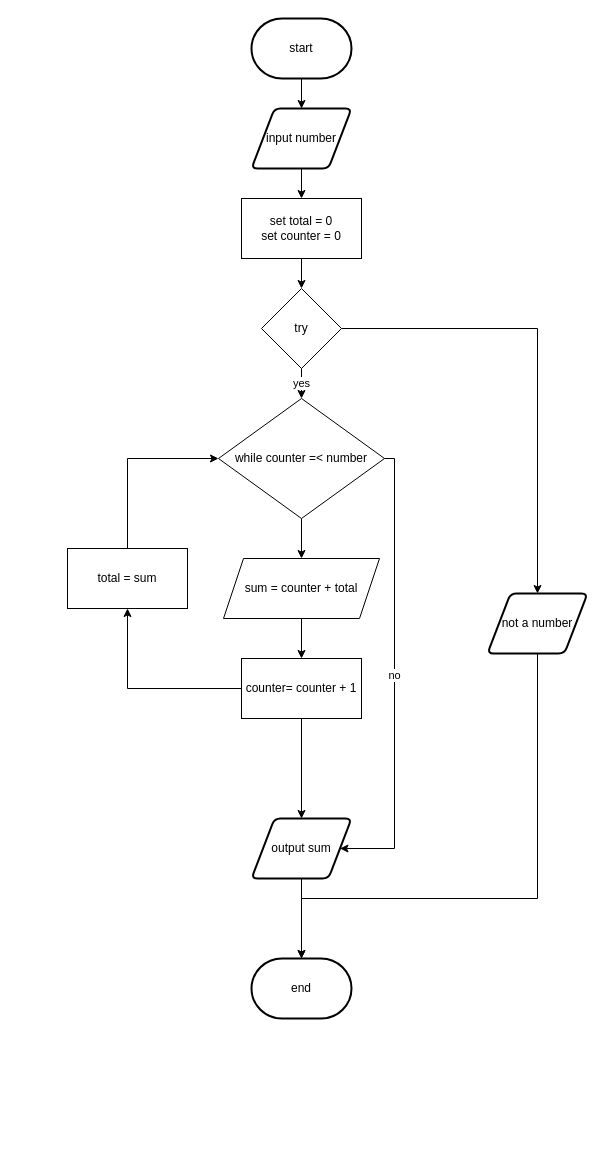
Earlier version of the draw.io diagram flow.drawio (devin-jhu/ICS3U-4-05-Python). Source tidied: cells renumbered, new cells numbered last; positions are measured from the earlier drawing's top-left corner, leaving out a move shared by most shapes. Both pictures are drawn from the tidied source at 100%, with x=0, y=0 at pixel (67, 18).
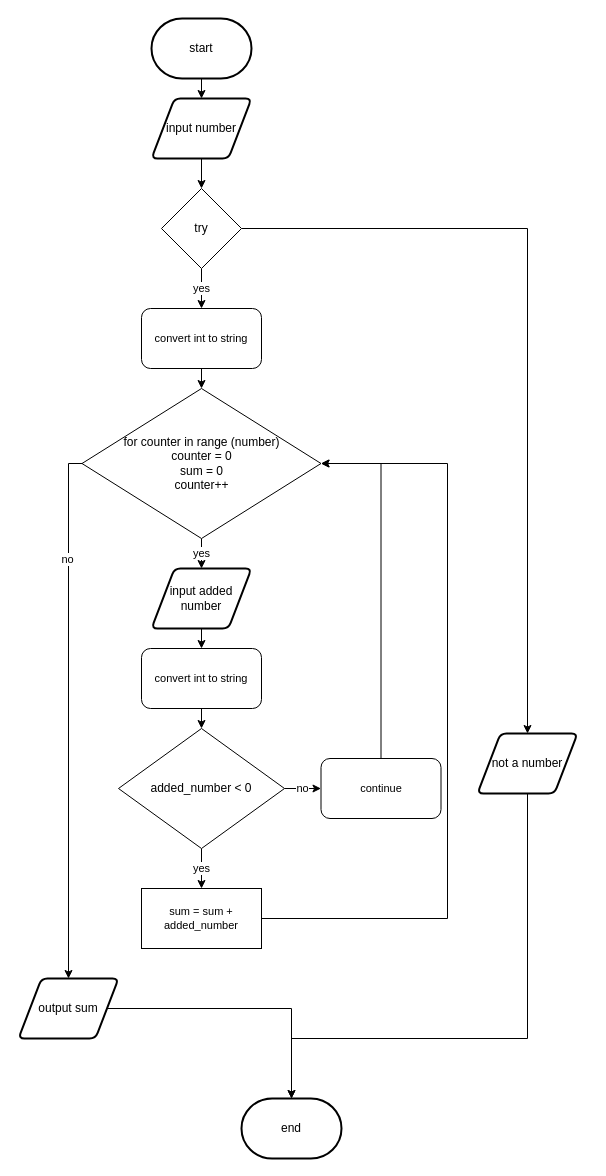
Above is the later version.

Change to the diagram source:
```diff
@@
     <mxCell id="3" value="start" style="strokeWidth=2;html=1;shape=mxgraph.flowchart.terminator;whiteSpace=wrap;" parent="1" vertex="1">
-      <mxGeometry x="184" width="100" height="60" as="geometry" />
+      <mxGeometry x="84" width="100" height="60" as="geometry" />
     </mxCell>
-    <mxCell id="4" style="edgeStyle=none;html=1;exitX=0.5;exitY=1;exitDx=0;exitDy=0;" parent="1" edge="1" source="5" target="18">
-      <mxGeometry relative="1" as="geometry" />
-    </mxCell>
+    <mxCell id="27" style="edgeStyle=orthogonalEdgeStyle;shape=connector;rounded=0;html=1;exitX=0.5;exitY=1;exitDx=0;exitDy=0;entryX=0.5;entryY=0;entryDx=0;entryDy=0;labelBackgroundColor=default;fontFamily=Helvetica;fontSize=11;fontColor=default;endArrow=classic;strokeColor=default;" parent="1" edge="1" source="5" target="11">
+      <mxGeometry relative="1" as="geometry" />
+    </mxCell>
     <mxCell id="5" value="input number" style="shape=parallelogram;html=1;strokeWidth=2;perimeter=parallelogramPerimeter;whiteSpace=wrap;rounded=1;arcSize=12;size=0.23;" parent="1" vertex="1">
-      <mxGeometry x="184" y="90" width="100" height="60" as="geometry" />
+      <mxGeometry x="84" y="80" width="100" height="60" as="geometry" />
     </mxCell>
-    <mxCell id="6" style="edgeStyle=none;html=1;exitX=0.5;exitY=1;exitDx=0;exitDy=0;entryX=0.5;entryY=0;entryDx=0;entryDy=0;entryPerimeter=0;" parent="1" edge="1" source="7" target="8">
+    <mxCell id="6" style="edgeStyle=orthogonalEdgeStyle;shape=connector;rounded=0;html=1;exitX=1;exitY=0.5;exitDx=0;exitDy=0;entryX=0.5;entryY=0;entryDx=0;entryDy=0;entryPerimeter=0;labelBackgroundColor=default;fontFamily=Helvetica;fontSize=11;fontColor=default;endArrow=classic;strokeColor=default;" parent="1" edge="1" source="7" target="8">
       <mxGeometry relative="1" as="geometry" />
     </mxCell>
     <mxCell id="7" value="output sum" style="shape=parallelogram;html=1;strokeWidth=2;perimeter=parallelogramPerimeter;whiteSpace=wrap;rounded=1;arcSize=12;size=0.23;" parent="1" vertex="1">
-      <mxGeometry x="184" y="800" width="100" height="60" as="geometry" />
+      <mxGeometry x="-49" y="960" width="100" height="60" as="geometry" />
     </mxCell>
     <mxCell id="8" value="end" style="strokeWidth=2;html=1;shape=mxgraph.flowchart.terminator;whiteSpace=wrap;" parent="1" vertex="1">
-      <mxGeometry x="184" y="940" width="100" height="60" as="geometry" />
+      <mxGeometry x="174" y="1080" width="100" height="60" as="geometry" />
     </mxCell>
-    <mxCell id="9" value="yes" style="edgeStyle=none;html=1;exitX=0.5;exitY=1;exitDx=0;exitDy=0;entryX=0.5;entryY=0;entryDx=0;entryDy=0;" parent="1" edge="1" source="11" target="14">
-      <mxGeometry relative="1" as="geometry" />
-    </mxCell>
@@
+    <mxCell id="28" value="yes" style="edgeStyle=orthogonalEdgeStyle;shape=connector;rounded=0;html=1;exitX=0.5;exitY=1;exitDx=0;exitDy=0;entryX=0.5;entryY=0;entryDx=0;entryDy=0;labelBackgroundColor=default;fontFamily=Helvetica;fontSize=11;fontColor=default;endArrow=classic;strokeColor=default;" parent="1" edge="1" source="11" target="37">
+      <mxGeometry relative="1" as="geometry" />
+    </mxCell>
     <mxCell id="11" value="try" style="rhombus;whiteSpace=wrap;html=1;" parent="1" vertex="1">
-      <mxGeometry x="194" y="270" width="80" height="80" as="geometry" />
+      <mxGeometry x="94" y="170" width="80" height="80" as="geometry" />
     </mxCell>
-    <mxCell id="12" style="edgeStyle=none;html=1;entryX=0.5;entryY=0;entryDx=0;entryDy=0;" parent="1" edge="1" source="14" target="16">
-      <mxGeometry relative="1" as="geometry" />
-    </mxCell>
+    <mxCell id="29" value="yes" style="edgeStyle=orthogonalEdgeStyle;shape=connector;rounded=0;html=1;exitX=0.5;exitY=1;exitDx=0;exitDy=0;entryX=0.5;entryY=0;entryDx=0;entryDy=0;labelBackgroundColor=default;fontFamily=Helvetica;fontSize=11;fontColor=default;endArrow=classic;strokeColor=default;" parent="1" edge="1" source="14" target="35">
+      <mxGeometry relative="1" as="geometry" />
+    </mxCell>
-    <mxCell id="13" value="no" style="edgeStyle=orthogonalEdgeStyle;shape=connector;rounded=0;html=1;exitX=1;exitY=0.5;exitDx=0;exitDy=0;labelBackgroundColor=default;fontFamily=Helvetica;fontSize=11;fontColor=default;endArrow=classic;strokeColor=default;entryX=1;entryY=0.5;entryDx=0;entryDy=0;" parent="1" edge="1" source="14" target="7">
-      <mxGeometry relative="1" as="geometry">
-        <Array as="points">
-          <mxPoint x="327" y="440" />
-          <mxPoint x="327" y="830" />
-        </Array>
-      </mxGeometry>
+    <mxCell id="13" style="edgeStyle=orthogonalEdgeStyle;shape=connector;rounded=0;html=1;exitX=0;exitY=0.5;exitDx=0;exitDy=0;entryX=0.5;entryY=0;entryDx=0;entryDy=0;labelBackgroundColor=default;fontFamily=Helvetica;fontSize=11;fontColor=default;endArrow=classic;strokeColor=default;" parent="1" edge="1" source="14" target="7">
+      <mxGeometry relative="1" as="geometry" />
     </mxCell>
+    <mxCell id="30" value="no" style="edgeLabel;html=1;align=center;verticalAlign=middle;fontSize=11;fontFamily=Helvetica;fontColor=default;" parent="13" vertex="1">
+      <mxGeometry x="-0.59" y="-2" relative="1" as="geometry">
+        <mxPoint y="1" as="offset" />
+      </mxGeometry>
+    </mxCell>
-    <mxCell id="14" value="while counter =&amp;lt; number" style="rhombus;whiteSpace=wrap;html=1;" parent="1" vertex="1">
-      <mxGeometry x="151" y="380" width="166" height="120" as="geometry" />
+    <mxCell id="14" value="for counter in range (number)&lt;br&gt;counter = 0&lt;br&gt;sum = 0&lt;br&gt;counter++" style="rhombus;whiteSpace=wrap;html=1;" parent="1" vertex="1">
+      <mxGeometry x="14.5" y="370" width="239" height="150" as="geometry" />
     </mxCell>
-    <mxCell id="15" style="edgeStyle=none;html=1;exitX=0.5;exitY=1;exitDx=0;exitDy=0;" parent="1" edge="1" source="16" target="22">
-      <mxGeometry relative="1" as="geometry" />
-    </mxCell>
-    <mxCell id="16" value="sum = counter + total" style="shape=parallelogram;perimeter=parallelogramPerimeter;whiteSpace=wrap;html=1;fixedSize=1;" parent="1" vertex="1">
-      <mxGeometry x="156" y="540" width="156" height="60" as="geometry" />
-    </mxCell>
-    <mxCell id="17" style="edgeStyle=none;html=1;exitX=0.5;exitY=1;exitDx=0;exitDy=0;entryX=0.5;entryY=0;entryDx=0;entryDy=0;" parent="1" edge="1" source="18" target="11">
-      <mxGeometry relative="1" as="geometry" />
-    </mxCell>
-    <mxCell id="18" value="set total = 0&lt;br&gt;set counter = 0" style="rounded=0;whiteSpace=wrap;html=1;" parent="1" vertex="1">
-      <mxGeometry x="174" y="180" width="120" height="60" as="geometry" />
-    </mxCell>
-    <mxCell id="19" style="edgeStyle=orthogonalEdgeStyle;html=1;exitX=0;exitY=0.5;exitDx=0;exitDy=0;entryX=0;entryY=0.5;entryDx=0;entryDy=0;strokeColor=none;" parent="1" edge="1" source="22" target="14">
-      <mxGeometry relative="1" as="geometry" />
+    <mxCell id="19" style="edgeStyle=orthogonalEdgeStyle;html=1;exitX=0;exitY=0.5;exitDx=0;exitDy=0;entryX=0;entryY=0.5;entryDx=0;entryDy=0;strokeColor=none;" parent="1" edge="1" target="14">
+      <mxGeometry relative="1" as="geometry">
+        <mxPoint x="164" y="810" as="sourcePoint" />
+      </mxGeometry>
     </mxCell>
-    <mxCell id="20" style="edgeStyle=orthogonalEdgeStyle;html=1;exitX=0;exitY=0.5;exitDx=0;exitDy=0;rounded=0;" parent="1" edge="1" source="22" target="24">
-      <mxGeometry relative="1" as="geometry" />
-    </mxCell>
-    <mxCell id="21" style="edgeStyle=orthogonalEdgeStyle;shape=connector;rounded=0;html=1;exitX=0.5;exitY=1;exitDx=0;exitDy=0;entryX=0.5;entryY=0;entryDx=0;entryDy=0;labelBackgroundColor=default;fontFamily=Helvetica;fontSize=11;fontColor=default;endArrow=classic;strokeColor=default;" parent="1" edge="1" source="22" target="7">
-      <mxGeometry relative="1" as="geometry" />
-    </mxCell>
-    <mxCell id="22" value="counter= counter + 1" style="rounded=0;whiteSpace=wrap;html=1;" parent="1" vertex="1">
-      <mxGeometry x="174" y="640" width="120" height="60" as="geometry" />
-    </mxCell>
-    <mxCell id="23" style="edgeStyle=orthogonalEdgeStyle;html=1;exitX=0.5;exitY=0;exitDx=0;exitDy=0;entryX=0;entryY=0.5;entryDx=0;entryDy=0;rounded=0;" parent="1" edge="1" source="24" target="14">
-      <mxGeometry relative="1" as="geometry" />
-    </mxCell>
-    <mxCell id="24" value="total = sum" style="rounded=0;whiteSpace=wrap;html=1;" parent="1" vertex="1">
-      <mxGeometry y="530" width="120" height="60" as="geometry" />
-    </mxCell>
     <mxCell id="25" style="edgeStyle=orthogonalEdgeStyle;shape=connector;rounded=0;html=1;exitX=0.5;exitY=1;exitDx=0;exitDy=0;entryX=0.5;entryY=0;entryDx=0;entryDy=0;entryPerimeter=0;labelBackgroundColor=default;fontFamily=Helvetica;fontSize=11;fontColor=default;endArrow=classic;strokeColor=default;" parent="1" edge="1" source="26" target="8">
       <mxGeometry relative="1" as="geometry">
         <Array as="points">
-          <mxPoint x="470" y="880" />
-          <mxPoint x="234" y="880" />
+          <mxPoint x="460" y="1020" />
+          <mxPoint x="224" y="1020" />
         </Array>
       </mxGeometry>
     </mxCell>
     <mxCell id="26" value="not a number" style="shape=parallelogram;html=1;strokeWidth=2;perimeter=parallelogramPerimeter;whiteSpace=wrap;rounded=1;arcSize=12;size=0.23;" parent="1" vertex="1">
-      <mxGeometry x="420" y="575" width="100" height="60" as="geometry" />
+      <mxGeometry x="410" y="715" width="100" height="60" as="geometry" />
     </mxCell>
+    <mxCell id="31" value="yes" style="edgeStyle=orthogonalEdgeStyle;shape=connector;rounded=0;html=1;exitX=0.5;exitY=1;exitDx=0;exitDy=0;entryX=0.5;entryY=0;entryDx=0;entryDy=0;labelBackgroundColor=default;fontFamily=Helvetica;fontSize=11;fontColor=default;endArrow=classic;strokeColor=default;" parent="1" edge="1" source="33">
+      <mxGeometry relative="1" as="geometry">
+        <mxPoint x="134" y="870" as="targetPoint" />
+      </mxGeometry>
+    </mxCell>
+    <mxCell id="32" value="no" style="edgeStyle=orthogonalEdgeStyle;shape=connector;rounded=0;html=1;exitX=1;exitY=0.5;exitDx=0;exitDy=0;labelBackgroundColor=default;fontFamily=Helvetica;fontSize=11;fontColor=default;endArrow=classic;strokeColor=default;" parent="1" edge="1" source="33" target="43">
+      <mxGeometry relative="1" as="geometry" />
+    </mxCell>
+    <mxCell id="33" value="added_number &amp;lt; 0" style="rhombus;whiteSpace=wrap;html=1;" parent="1" vertex="1">
+      <mxGeometry x="51" y="710" width="166" height="120" as="geometry" />
+    </mxCell>
+    <mxCell id="34" style="edgeStyle=orthogonalEdgeStyle;shape=connector;rounded=0;html=1;exitX=0.5;exitY=1;exitDx=0;exitDy=0;labelBackgroundColor=default;fontFamily=Helvetica;fontSize=11;fontColor=default;endArrow=classic;strokeColor=default;" parent="1" edge="1" source="35" target="39">
+      <mxGeometry relative="1" as="geometry" />
+    </mxCell>
+    <mxCell id="35" value="input added number" style="shape=parallelogram;html=1;strokeWidth=2;perimeter=parallelogramPerimeter;whiteSpace=wrap;rounded=1;arcSize=12;size=0.23;" parent="1" vertex="1">
+      <mxGeometry x="84" y="550" width="100" height="60" as="geometry" />
+    </mxCell>
+    <mxCell id="36" style="edgeStyle=orthogonalEdgeStyle;shape=connector;rounded=0;html=1;exitX=0.5;exitY=1;exitDx=0;exitDy=0;entryX=0.5;entryY=0;entryDx=0;entryDy=0;labelBackgroundColor=default;fontFamily=Helvetica;fontSize=11;fontColor=default;endArrow=classic;strokeColor=default;" parent="1" edge="1" source="37" target="14">
+      <mxGeometry relative="1" as="geometry" />
+    </mxCell>
+    <mxCell id="37" value="convert int to string" style="rounded=1;whiteSpace=wrap;html=1;fontFamily=Helvetica;fontSize=11;fontColor=default;" parent="1" vertex="1">
+      <mxGeometry x="74" y="290" width="120" height="60" as="geometry" />
+    </mxCell>
+    <mxCell id="38" style="edgeStyle=orthogonalEdgeStyle;shape=connector;rounded=0;html=1;exitX=0.5;exitY=1;exitDx=0;exitDy=0;entryX=0.5;entryY=0;entryDx=0;entryDy=0;labelBackgroundColor=default;fontFamily=Helvetica;fontSize=11;fontColor=default;endArrow=classic;strokeColor=default;" parent="1" edge="1" source="39" target="33">
+      <mxGeometry relative="1" as="geometry" />
+    </mxCell>
+    <mxCell id="39" value="convert int to string" style="rounded=1;whiteSpace=wrap;html=1;fontFamily=Helvetica;fontSize=11;fontColor=default;" parent="1" vertex="1">
+      <mxGeometry x="74" y="630" width="120" height="60" as="geometry" />
+    </mxCell>
+    <mxCell id="40" style="edgeStyle=orthogonalEdgeStyle;shape=connector;rounded=0;html=1;exitX=1;exitY=0.5;exitDx=0;exitDy=0;entryX=1;entryY=0.5;entryDx=0;entryDy=0;labelBackgroundColor=default;fontFamily=Helvetica;fontSize=11;fontColor=default;endArrow=classic;strokeColor=default;" parent="1" edge="1" source="41" target="14">
+      <mxGeometry relative="1" as="geometry">
+        <Array as="points">
+          <mxPoint x="380" y="900" />
+          <mxPoint x="380" y="445" />
+        </Array>
+      </mxGeometry>
+    </mxCell>
+    <mxCell id="41" value="sum = sum + added_number" style="rounded=0;whiteSpace=wrap;html=1;fontFamily=Helvetica;fontSize=11;fontColor=default;" parent="1" vertex="1">
+      <mxGeometry x="74" y="870" width="120" height="60" as="geometry" />
+    </mxCell>
+    <mxCell id="42" style="edgeStyle=orthogonalEdgeStyle;shape=connector;rounded=0;html=1;exitX=0.5;exitY=0;exitDx=0;exitDy=0;entryX=1;entryY=0.5;entryDx=0;entryDy=0;labelBackgroundColor=default;fontFamily=Helvetica;fontSize=11;fontColor=default;endArrow=classic;strokeColor=default;" parent="1" edge="1" source="43" target="14">
+      <mxGeometry relative="1" as="geometry" />
+    </mxCell>
+    <mxCell id="43" value="continue" style="rounded=1;whiteSpace=wrap;html=1;fontFamily=Helvetica;fontSize=11;fontColor=default;" parent="1" vertex="1">
+      <mxGeometry x="253.5" y="740" width="120" height="60" as="geometry" />
+    </mxCell>
```
